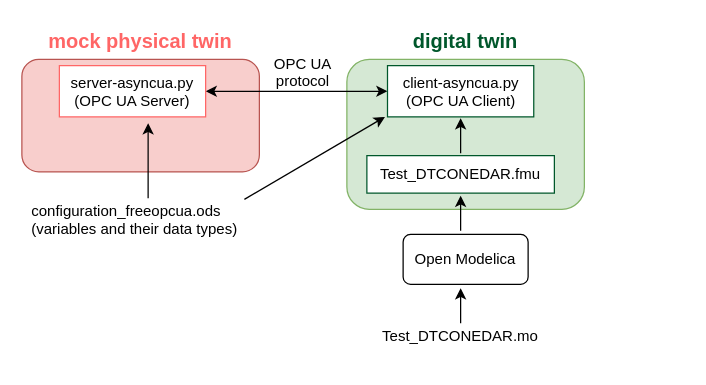
INTO-CPS-Association/DTaaS-examples keeps this draw.io diagram as digital_twins/opc-ua-waterplant/images/dt-structure.drawio. Above is the earlier version. Source tidied: cells renumbered, new cells numbered last; positions are measured from the earlier drawing's top-left corner, leaving out a move shared by most shapes. Both pictures are drawn from the tidied source at 125%, with x=0, y=0 at pixel (21, 21).
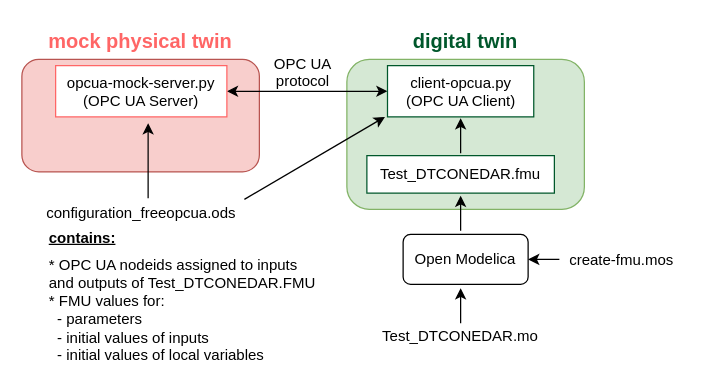
After the change.

The change refers to these unchanged cells:
```xml
<mxCell id="4" value="Open Modelica" style="rounded=1;whiteSpace=wrap;html=1;" parent="1" vertex="1">
  <mxGeometry x="305" y="170" width="100" height="40" as="geometry" />
</mxCell>
```

Diff of the diagram source:
```diff
@@
-    <mxCell id="10" value="client-asyncua.py&lt;br&gt;(OPC UA Client)" style="text;html=1;align=center;verticalAlign=middle;whiteSpace=wrap;rounded=0;fillColor=default;strokeColor=#00572B;" parent="1" vertex="1">
+    <mxCell id="10" value="client-opcua.py&lt;br&gt;(OPC UA Client)" style="text;html=1;align=center;verticalAlign=middle;whiteSpace=wrap;rounded=0;fillColor=default;strokeColor=#00572B;" parent="1" vertex="1">
       <mxGeometry x="292.5" y="35" width="117" height="41" as="geometry" />
     </mxCell>
@@
-    <mxCell id="12" value="server-asyncua.py&lt;br&gt;(OPC UA Server)" style="text;html=1;align=center;verticalAlign=middle;whiteSpace=wrap;rounded=0;fillColor=default;gradientColor=none;strokeColor=#FF6666;" parent="1" vertex="1">
-      <mxGeometry x="30" y="35" width="117" height="41" as="geometry" />
+    <mxCell id="12" value="opcua-mock-server.py&lt;br&gt;(OPC UA Server)" style="text;html=1;align=center;verticalAlign=middle;whiteSpace=wrap;rounded=0;fillColor=default;gradientColor=none;strokeColor=#FF6666;" parent="1" vertex="1">
+      <mxGeometry x="27" y="35" width="137" height="41" as="geometry" />
     </mxCell>
@@
-    <mxCell id="14" value="configuration_freeopcua.ods&#10;(variables and their data types)" style="text;whiteSpace=wrap;" parent="1" vertex="1">
-      <mxGeometry x="6" y="138" width="184.5" height="30" as="geometry" />
+    <mxCell id="14" value="contains:" style="text;whiteSpace=wrap;fontStyle=5;" parent="1" vertex="1">
+      <mxGeometry x="20" y="159" width="64.5" height="30" as="geometry" />
     </mxCell>
@@
+    <mxCell id="19" value="configuration_freeopcua.ods" style="text;whiteSpace=wrap;fontStyle=0;" parent="1" vertex="1">
+      <mxGeometry x="18" y="139" width="184.5" height="30" as="geometry" />
+    </mxCell>
+    <mxCell id="20" value="* OPC UA nodeids assigned to inputs and outputs of Test_DTCONEDAR.FMU&#10;* FMU values for:&#10;  - parameters&#10;  - initial values of inputs&#10;  - initial values of local variables" style="text;whiteSpace=wrap;fontStyle=0;" parent="1" vertex="1">
+      <mxGeometry x="20" y="181" width="220" height="30" as="geometry" />
+    </mxCell>
+    <mxCell id="21" value="create-fmu.mos" style="text;html=1;strokeColor=none;fillColor=none;align=center;verticalAlign=top;whiteSpace=wrap;rounded=0;" parent="1" vertex="1">
+      <mxGeometry x="430" y="177" width="100" height="30" as="geometry" />
+    </mxCell>
+    <mxCell id="22" style="edgeStyle=orthogonalEdgeStyle;rounded=0;jettySize=auto;html=1;exitX=0;exitY=0.433;exitDx=0;exitDy=0;entryX=1;entryY=0.5;entryDx=0;entryDy=0;exitPerimeter=0;" parent="1" edge="1" source="21" target="4">
+      <mxGeometry relative="1" as="geometry">
+        <Array as="points">
+          <mxPoint x="430" y="190" />
+          <mxPoint x="430" y="190" />
+        </Array>
+      </mxGeometry>
+    </mxCell>
```
